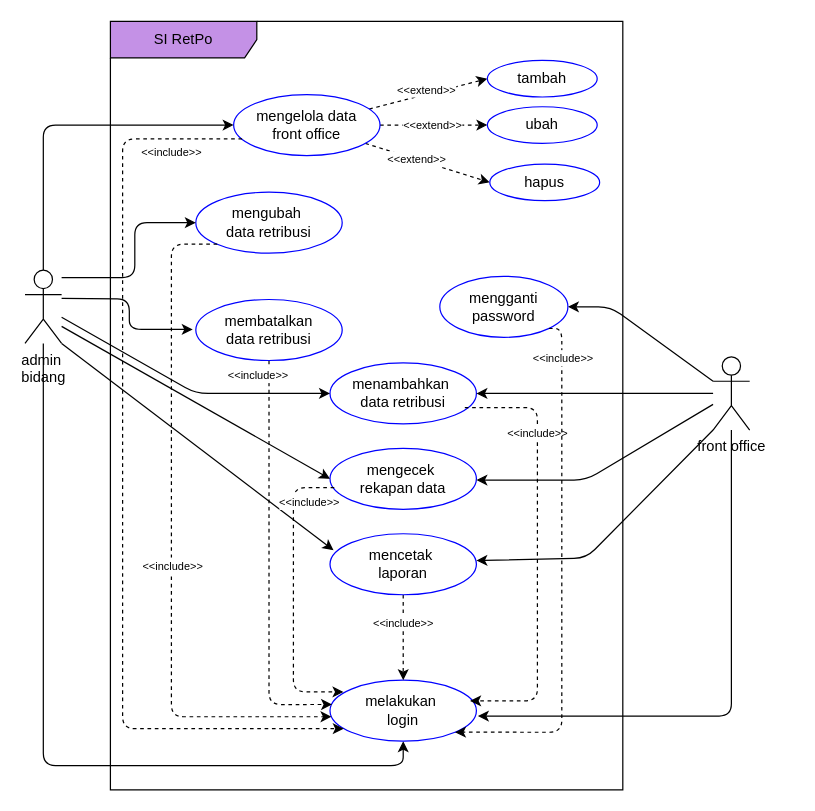
Above: page "use case" (1 of 3) of SI-retribusi.drawio in eenattayani/desain (draw.io), before the change. Source tidied: cells renumbered, new cells numbered last; positions are measured from the earlier drawing's top-left corner, leaving out a move shared by most shapes. Both pictures are drawn from the tidied source at 122%, with x=0, y=0 at pixel (24, 21).
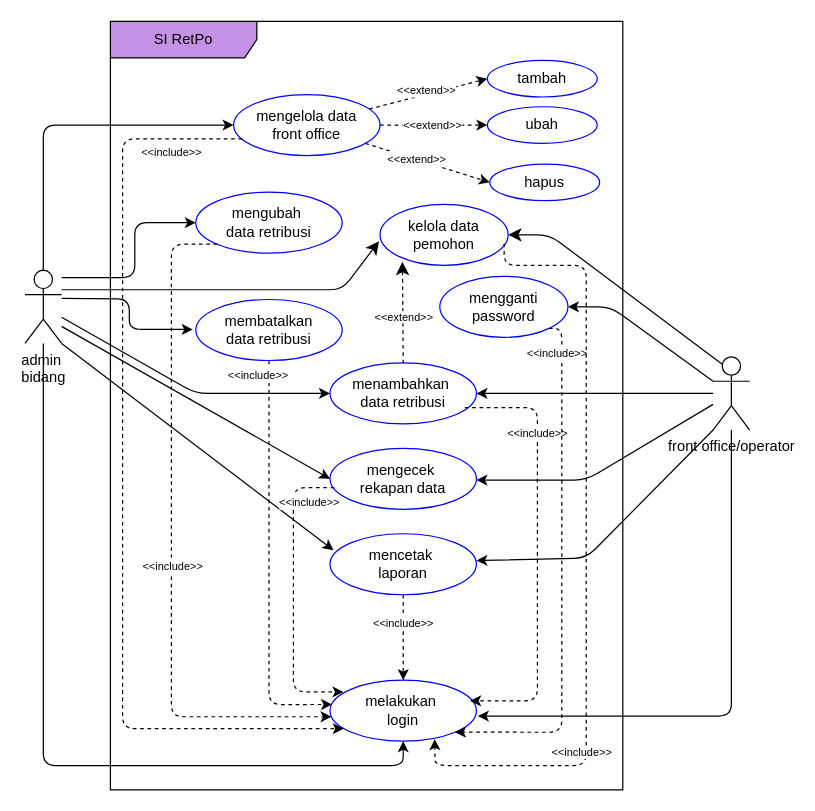
Above is the later version.

Unchanged cells that the change refers to:
```xml
<mxCell id="9" value="melakukan&amp;nbsp;&lt;div&gt;login&lt;/div&gt;" style="ellipse;whiteSpace=wrap;html=1;strokeColor=#0000FF;shadow=0;" parent="1" vertex="1">
  <mxGeometry x="250" y="540" width="120" height="50" as="geometry" />
</mxCell>
<mxCell id="10" value="menambahkan&amp;nbsp;&lt;div&gt;data retribusi&lt;/div&gt;" style="ellipse;whiteSpace=wrap;html=1;strokeColor=#0000FF;shadow=0;" parent="1" vertex="1">
  <mxGeometry x="250" y="280" width="120" height="50" as="geometry" />
</mxCell>
```

Diff of the diagram source:
```diff
@@
+    <mxCell id="48" style="edgeStyle=none;curved=0;rounded=1;jettySize=auto;html=1;entryX=-0.008;entryY=0.604;entryDx=0;entryDy=0;fontSize=12;startSize=8;endSize=8;entryPerimeter=0;" parent="1" edge="1" target="50">
+      <mxGeometry relative="1" as="geometry">
+        <mxPoint x="30" y="220" as="sourcePoint" />
+        <Array as="points">
+          <mxPoint x="150" y="220" />
+          <mxPoint x="260" y="220" />
+        </Array>
+      </mxGeometry>
+    </mxCell>
@@
+    <mxCell id="49" style="edgeStyle=none;curved=0;rounded=1;jettySize=auto;html=1;exitX=0.25;exitY=0.1;exitDx=0;exitDy=0;exitPerimeter=0;entryX=1;entryY=0.5;entryDx=0;entryDy=0;fontSize=12;startSize=8;endSize=8;" parent="1" edge="1" source="8" target="50">
+      <mxGeometry relative="1" as="geometry">
+        <Array as="points">
+          <mxPoint x="430" y="175" />
+        </Array>
+      </mxGeometry>
+    </mxCell>
-    <mxCell id="8" value="front office" style="shape=umlActor;verticalLabelPosition=bottom;verticalAlign=top;html=1;outlineConnect=0;" parent="1" vertex="1">
+    <mxCell id="8" value="front office/operator" style="shape=umlActor;verticalLabelPosition=bottom;verticalAlign=top;html=1;outlineConnect=0;" parent="1" vertex="1">
       <mxGeometry x="564" y="275" width="30" height="60" as="geometry" />
     </mxCell>
@@
-    <mxCell id="47" value="&lt;font style=&quot;font-size: 9px;&quot;&gt;&amp;lt;&amp;lt;include&amp;gt;&amp;gt;&lt;/font&gt;" style="edgeLabel;html=1;align=center;verticalAlign=middle;" parent="1" vertex="1">
-      <mxGeometry x="440" y="275" as="geometry" />
+    <mxCell id="47" value="&lt;span style=&quot;font-size: 9px;&quot;&gt;&amp;lt;&amp;lt;include&amp;gt;&amp;gt;&lt;/span&gt;" style="edgeLabel;html=1;align=center;verticalAlign=middle;" parent="1" vertex="1">
+      <mxGeometry x="440" y="275" as="geometry">
+        <mxPoint x="-5" y="-4" as="offset" />
+      </mxGeometry>
     </mxCell>
+    <mxCell id="50" value="kelola data&lt;div&gt;pemohon&lt;/div&gt;" style="ellipse;whiteSpace=wrap;html=1;strokeColor=#0000FF;shadow=0;" parent="1" vertex="1">
+      <mxGeometry x="291" y="150" width="105" height="50" as="geometry" />
+    </mxCell>
+    <mxCell id="51" style="edgeStyle=none;curved=1;rounded=0;jettySize=auto;html=1;entryX=0.175;entryY=0.942;entryDx=0;entryDy=0;entryPerimeter=0;fontSize=12;startSize=8;endSize=8;dashed=1;" parent="1" edge="1" source="10" target="50">
+      <mxGeometry relative="1" as="geometry" />
+    </mxCell>
+    <mxCell id="52" value="&lt;span style=&quot;color: rgb(0, 0, 0); font-family: Helvetica; font-size: 9px; font-style: normal; font-variant-ligatures: normal; font-variant-caps: normal; font-weight: 400; letter-spacing: normal; orphans: 2; text-align: center; text-indent: 0px; text-transform: none; widows: 2; word-spacing: 0px; -webkit-text-stroke-width: 0px; white-space: nowrap; background-color: rgb(255, 255, 255); text-decoration-thickness: initial; text-decoration-style: initial; text-decoration-color: initial; display: inline !important; float: none;&quot;&gt;&amp;lt;&amp;lt;extend&amp;gt;&amp;gt;&lt;/span&gt;" style="text;whiteSpace=wrap;html=1;" parent="1" vertex="1">
+      <mxGeometry x="285" y="228" width="80" height="40" as="geometry" />
+    </mxCell>
+    <mxCell id="53" style="edgeStyle=orthogonalEdgeStyle;rounded=1;jettySize=auto;html=1;entryX=0.715;entryY=0.968;entryDx=0;entryDy=0;curved=0;dashed=1;exitX=0.969;exitY=0.645;exitDx=0;exitDy=0;exitPerimeter=0;entryPerimeter=0;" parent="1" edge="1" source="50" target="9">
+      <mxGeometry relative="1" as="geometry">
+        <Array as="points">
+          <mxPoint x="393" y="200" />
+          <mxPoint x="460" y="200" />
+          <mxPoint x="460" y="610" />
+          <mxPoint x="336" y="610" />
+          <mxPoint x="336" y="600" />
+          <mxPoint x="336" y="600" />
+        </Array>
+      </mxGeometry>
+    </mxCell>
+    <mxCell id="54" value="&lt;span style=&quot;color: rgb(0, 0, 0); font-family: Helvetica; font-size: 9px; font-style: normal; font-variant-ligatures: normal; font-variant-caps: normal; font-weight: 400; letter-spacing: normal; orphans: 2; text-align: center; text-indent: 0px; text-transform: none; widows: 2; word-spacing: 0px; -webkit-text-stroke-width: 0px; white-space: nowrap; background-color: rgb(255, 255, 255); text-decoration-thickness: initial; text-decoration-style: initial; text-decoration-color: initial; display: inline !important; float: none;&quot;&gt;&amp;lt;&amp;lt;include&amp;gt;&amp;gt;&lt;/span&gt;" style="text;whiteSpace=wrap;html=1;" parent="1" vertex="1">
+      <mxGeometry x="430" y="585" width="50" height="10" as="geometry" />
+    </mxCell>
```
